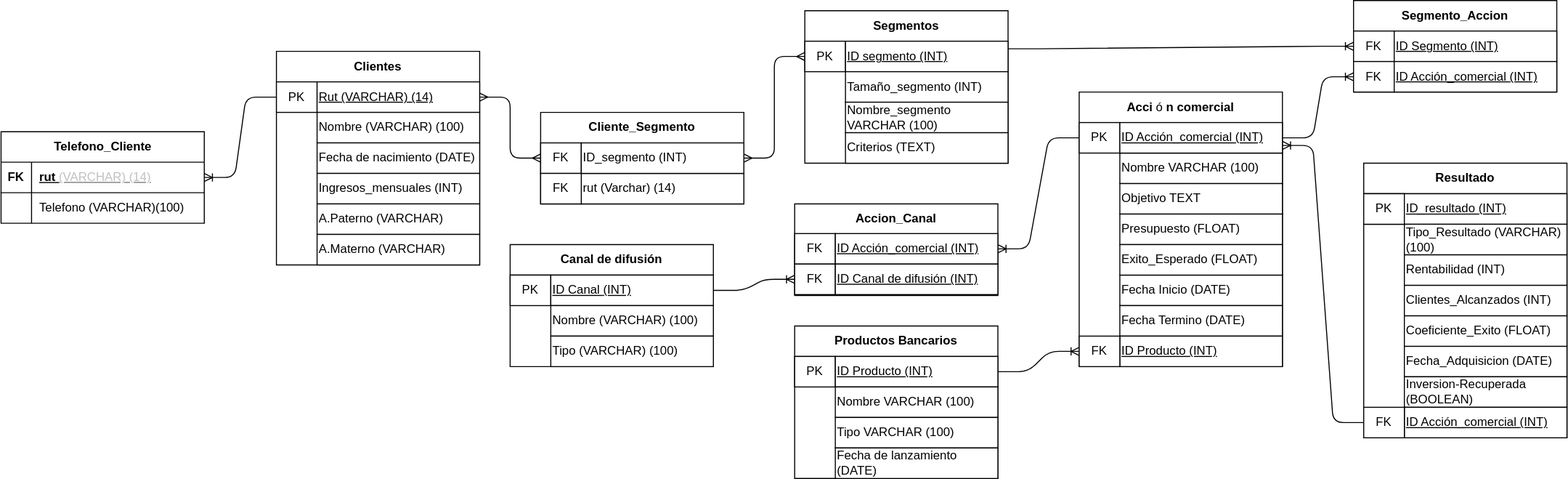
Earlier version of the draw.io export BBD_Intento1_MR.drawio.svg (aasergiopinto/Proyecto_BDD). Source tidied: cells renumbered, new cells last; positions are measured from the earlier drawing's top-left corner, leaving out a move shared by most shapes.
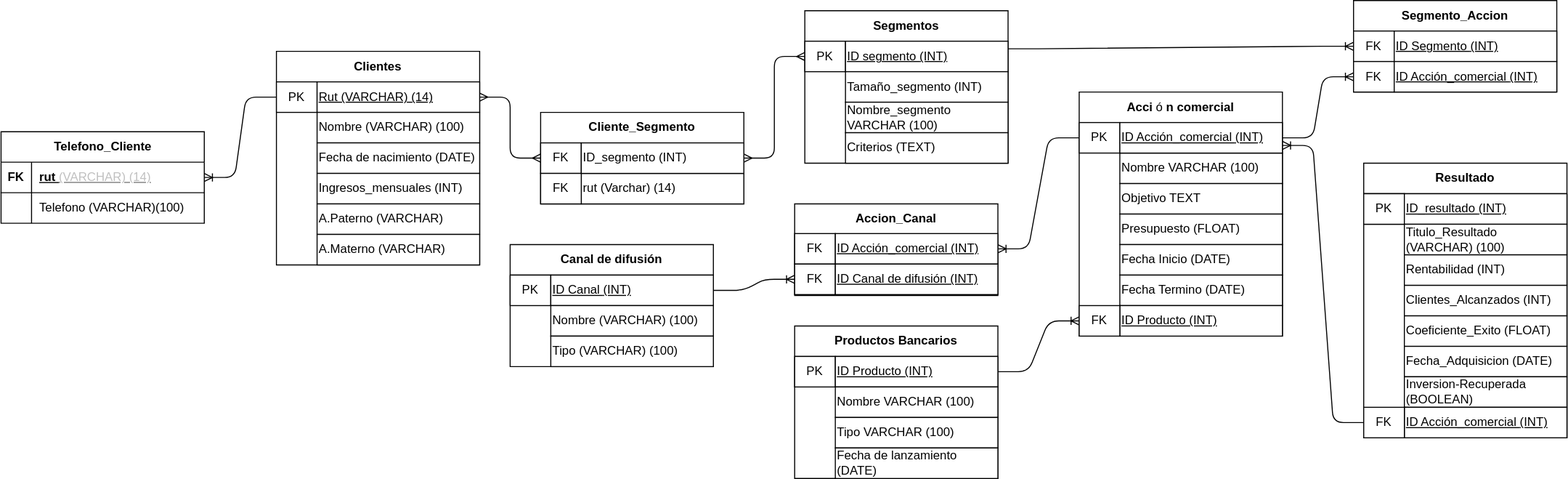
The same diagram one commit later.

The edit, as a diff of the source:
```diff
@@ -84,7 +84,7 @@
       <mxGeometry x="40" y="120" width="160" height="30" as="geometry" />
     </mxCell>
     <mxCell id="28" value="Acci&lt;span style=&quot;font-weight: 400;&quot;&gt;ó&lt;/span&gt;n comercial" style="swimlane;whiteSpace=wrap;html=1;startSize=30;" parent="1" vertex="1">
-      <mxGeometry x="1061" y="90" width="200" height="270" as="geometry" />
+      <mxGeometry x="1061" y="90" width="200" height="240" as="geometry" />
     </mxCell>
     <mxCell id="29" value="Nombre VARCHAR (100)" style="rounded=0;whiteSpace=wrap;html=1;align=left;" parent="28" vertex="1">
       <mxGeometry x="40" y="60" width="160" height="30" as="geometry" />
@@ -96,10 +96,10 @@
       <mxGeometry x="40" y="120" width="160" height="30" as="geometry" />
     </mxCell>
     <mxCell id="32" value="Fecha Inicio (DATE)" style="rounded=0;whiteSpace=wrap;html=1;align=left;" parent="28" vertex="1">
-      <mxGeometry x="40" y="180" width="160" height="30" as="geometry" />
+      <mxGeometry x="40" y="150" width="160" height="30" as="geometry" />
     </mxCell>
     <mxCell id="33" value="Fecha Termino (DATE)" style="rounded=0;whiteSpace=wrap;html=1;align=left;" parent="28" vertex="1">
-      <mxGeometry x="40" y="210" width="160" height="30" as="geometry" />
+      <mxGeometry x="40" y="180" width="160" height="30" as="geometry" />
     </mxCell>
     <mxCell id="34" value="PK" style="rounded=0;whiteSpace=wrap;html=1;" parent="28" vertex="1">
       <mxGeometry y="30" width="40" height="30" as="geometry" />
@@ -108,14 +108,11 @@
       <mxGeometry x="40" y="30" width="160" height="30" as="geometry" />
     </mxCell>
     <mxCell id="36" value="&lt;u&gt;ID Producto (INT)&lt;/u&gt;" style="rounded=0;whiteSpace=wrap;html=1;align=left;" parent="28" vertex="1">
-      <mxGeometry x="40" y="240" width="160" height="30" as="geometry" />
+      <mxGeometry x="40" y="210" width="160" height="30" as="geometry" />
     </mxCell>
     <mxCell id="37" value="FK" style="rounded=0;whiteSpace=wrap;html=1;" parent="28" vertex="1">
-      <mxGeometry y="240" width="40" height="30" as="geometry" />
+      <mxGeometry y="210" width="40" height="30" as="geometry" />
     </mxCell>
-    <mxCell id="38" value="Exito_Esperado (FLOAT)" style="rounded=0;whiteSpace=wrap;html=1;align=left;" parent="28" vertex="1">
-      <mxGeometry x="40" y="150" width="160" height="30" as="geometry" />
-    </mxCell>
     <mxCell id="39" value="Resultado" style="swimlane;whiteSpace=wrap;html=1;startSize=30;" parent="1" vertex="1">
       <mxGeometry x="1341" y="160" width="200" height="270" as="geometry" />
     </mxCell>
@@ -143,7 +140,7 @@
     <mxCell id="47" value="Rentabilidad (INT)" style="rounded=0;whiteSpace=wrap;html=1;align=left;" parent="39" vertex="1">
       <mxGeometry x="40" y="90" width="160" height="30" as="geometry" />
     </mxCell>
-    <mxCell id="48" value="Tipo_Resultado (VARCHAR) (100)" style="rounded=0;whiteSpace=wrap;html=1;align=left;" parent="39" vertex="1">
+    <mxCell id="48" value="Titulo_Resultado (VARCHAR) (100)" style="rounded=0;whiteSpace=wrap;html=1;align=left;" parent="39" vertex="1">
       <mxGeometry x="40" y="60" width="160" height="30" as="geometry" />
     </mxCell>
     <mxCell id="49" value="Inversion-Recuperada (BOOLEAN)" style="rounded=0;whiteSpace=wrap;html=1;align=left;" parent="39" vertex="1">
```
